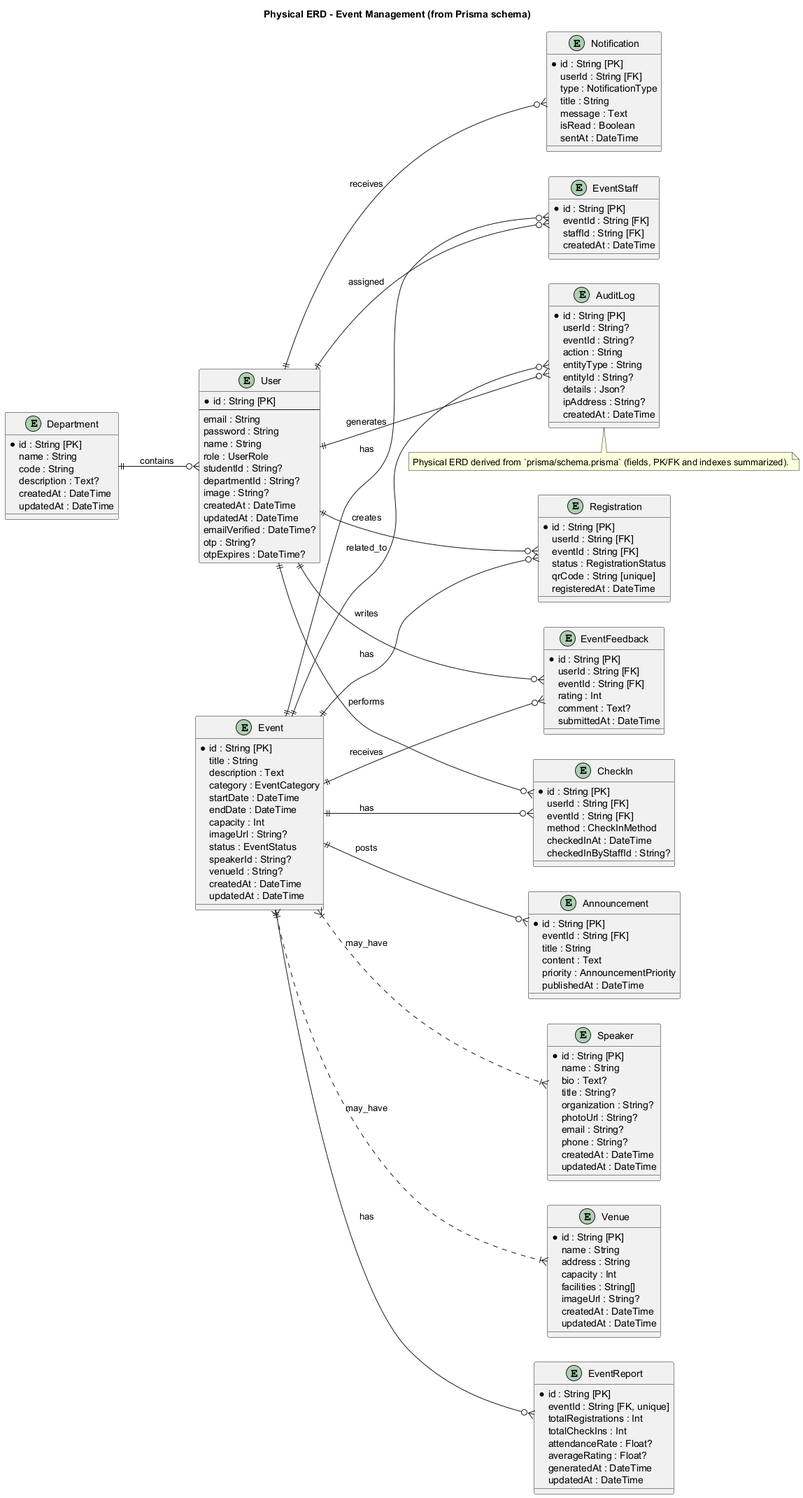
Earlier version of the PlantUML export DOCUMENTATION/diagrams/physical_erd.png (thaitranqq/Event_Management).
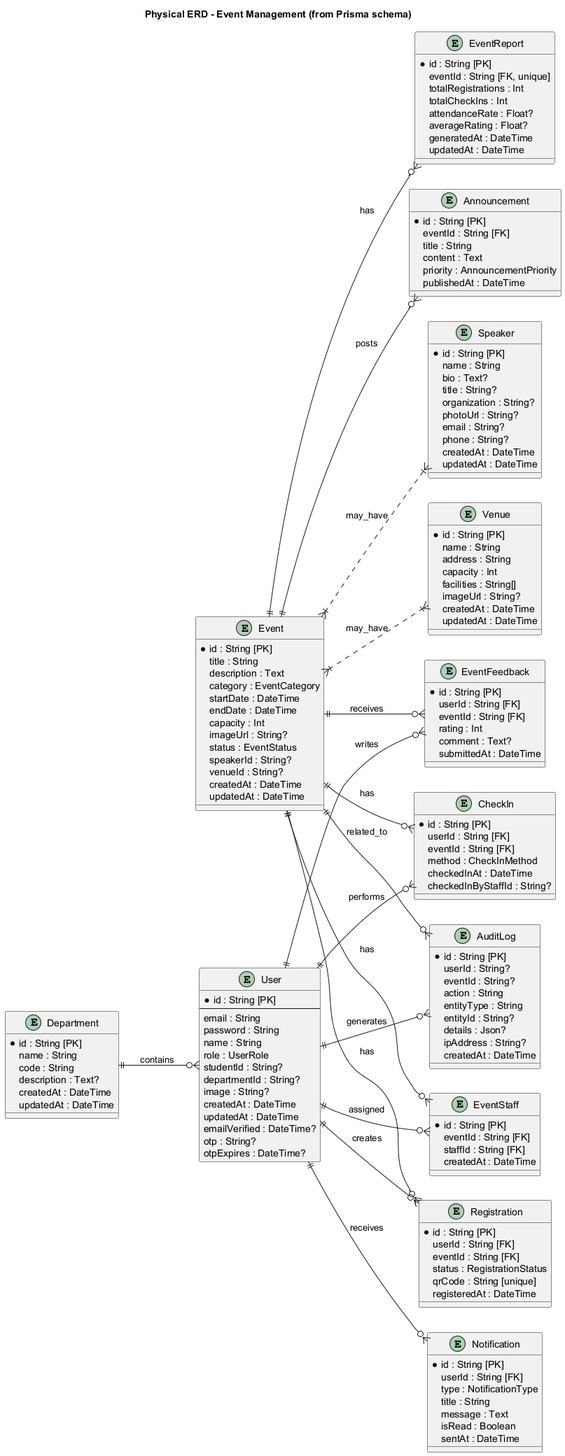
Above is the later version.

Commit message:
docs(diagrams): remove note blocks (yellow notes) from diagrams

Diff of the diagram source:
```diff
@@ -164,8 +164,4 @@
 Event ||--o{ AuditLog : related_to
 Department ||--o{ User : contains
 
-note bottom
-  Physical ERD derived from `prisma/schema.prisma` (fields, PK/FK and indexes summarized).
-end note
-
 @enduml
```
